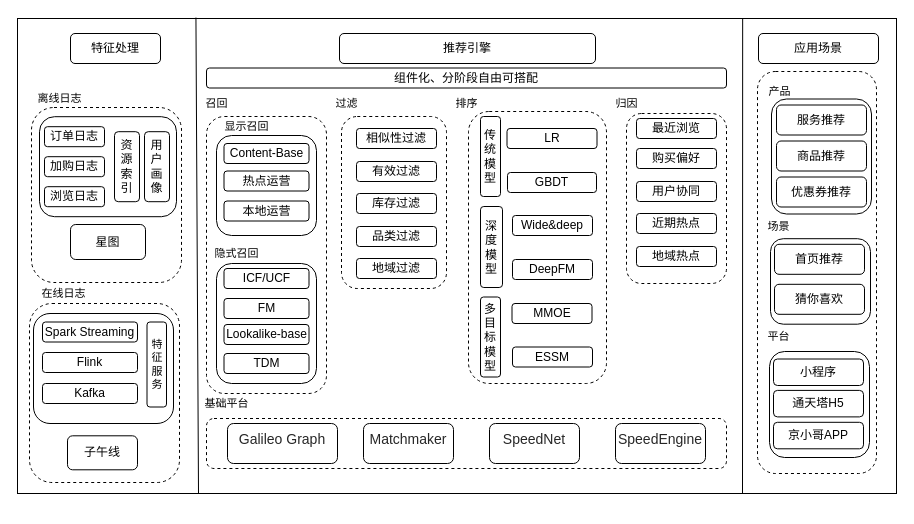
Above: Untitled Diagram.drawio in JintaiYang/Ad-papers (draw.io), before the change. Source tidied: cells renumbered, new cells numbered last; positions are measured from the earlier drawing's top-left corner, leaving out a move shared by most shapes. Both pictures are drawn from the tidied source at 100%, with x=0, y=0 at pixel (17, 18).
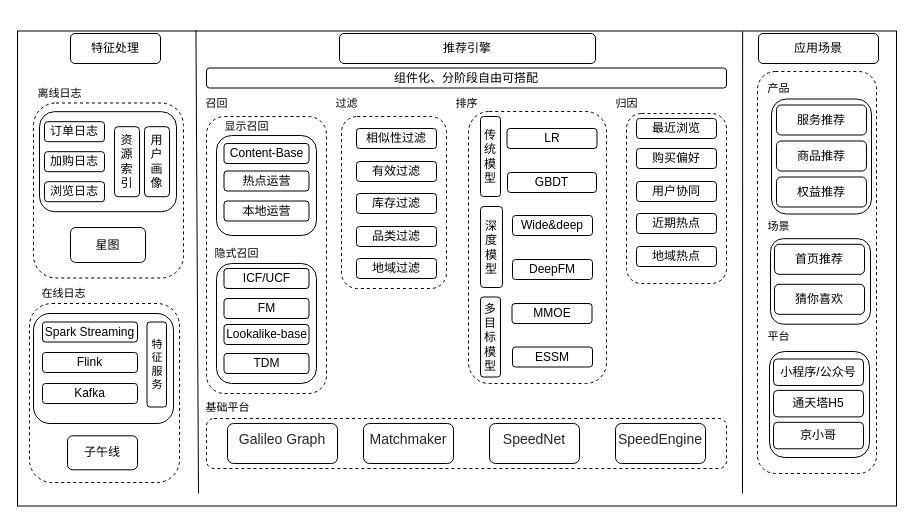
The same diagram, later.

The change refers to these unchanged cells:
```xml
<mxCell id="62" style="group;" parent="60" vertex="1">
  <mxGeometry x="7" y="6" width="90" height="102" as="geometry" />
</mxCell>
```

The edit, as a diff of the source:
```diff
@@
+    <mxCell id="5" style="endArrow=none;html=1;rounded=0;entryX=0.203;entryY=-0.002;entryDx=0;entryDy=0;entryPerimeter=0;" parent="1" edge="1" target="88">
+      <mxGeometry relative="1" as="geometry">
+        <mxPoint x="181" y="475" as="sourcePoint" />
+      </mxGeometry>
+    </mxCell>
+    <mxCell id="86" style="rounded=1;whiteSpace=wrap;html=1;labelBackgroundColor=none;fontSize=12;strokeColor=default;fillColor=none;gradientColor=none;dashed=1;" parent="1" vertex="1">
+      <mxGeometry x="16" y="84.5" width="150" height="175" as="geometry" />
+    </mxCell>
+    <mxCell id="88" style="rounded=0;whiteSpace=wrap;html=1;labelBackgroundColor=none;fontSize=12;strokeColor=default;fillColor=none;gradientColor=none;" parent="1" vertex="1">
+      <mxGeometry y="12.5" width="879" height="475" as="geometry" />
+    </mxCell>
@@
     <mxCell id="3" style="rounded=1;whiteSpace=wrap;html=1;fillColor=none;" parent="1" vertex="1">
-      <mxGeometry x="22" y="98.2" width="137" height="100" as="geometry" />
+      <mxGeometry x="22" y="93.2" width="137" height="100" as="geometry" />
     </mxCell>
@@
-    <mxCell id="5" style="endArrow=none;html=1;rounded=0;entryX=0.203;entryY=-0.002;entryDx=0;entryDy=0;entryPerimeter=0;" parent="1" edge="1" target="88">
-      <mxGeometry relative="1" as="geometry">
-        <mxPoint x="181" y="475" as="sourcePoint" />
-      </mxGeometry>
-    </mxCell>
@@
     <mxCell id="15" value="订单日志" style="rounded=1;whiteSpace=wrap;html=1;fillColor=none;" parent="1" vertex="1">
-      <mxGeometry x="27" y="108.2" width="60" height="20" as="geometry" />
+      <mxGeometry x="27" y="103.2" width="60" height="20" as="geometry" />
     </mxCell>
     <mxCell id="16" value="浏览日志" style="rounded=1;whiteSpace=wrap;html=1;fillColor=none;" parent="1" vertex="1">
-      <mxGeometry x="27" y="168.2" width="60" height="20" as="geometry" />
+      <mxGeometry x="27" y="163.2" width="60" height="20" as="geometry" />
     </mxCell>
     <mxCell id="17" value="用户画像" style="rounded=1;whiteSpace=wrap;html=1;fillColor=none;" parent="1" vertex="1">
-      <mxGeometry x="127" y="113.2" width="25" height="70" as="geometry" />
+      <mxGeometry x="127" y="108.2" width="25" height="70" as="geometry" />
     </mxCell>
     <mxCell id="18" value="资源索引" style="rounded=1;whiteSpace=wrap;html=1;fillColor=none;" parent="1" vertex="1">
-      <mxGeometry x="97" y="113.2" width="25" height="70" as="geometry" />
+      <mxGeometry x="97" y="108.2" width="25" height="70" as="geometry" />
     </mxCell>
@@
     <mxCell id="33" value="加购日志" style="rounded=1;whiteSpace=wrap;html=1;fillColor=none;" parent="1" vertex="1">
-      <mxGeometry x="27" y="138.2" width="60" height="20" as="geometry" />
+      <mxGeometry x="27" y="133.2" width="60" height="20" as="geometry" />
     </mxCell>
@@
     <mxCell id="40" value="离线日志" style="text;html=1;align=center;verticalAlign=middle;strokeColor=none;fillColor=none;fontSize=11;" parent="1" vertex="1">
-      <mxGeometry x="12" y="69.5" width="60" height="20" as="geometry" />
+      <mxGeometry x="12" y="64.5" width="60" height="20" as="geometry" />
     </mxCell>
@@
     <mxCell id="59" value="产品" style="text;html=1;align=center;verticalAlign=middle;strokeColor=none;fillColor=none;fontSize=11;" parent="1" vertex="1">
-      <mxGeometry x="742" y="63" width="40" height="20" as="geometry" />
+      <mxGeometry x="741" y="60" width="40" height="20" as="geometry" />
     </mxCell>
@@
-    <mxCell id="63" value="优惠券推荐" style="rounded=1;whiteSpace=wrap;html=1;fillColor=none;" parent="62" vertex="1">
+    <mxCell id="63" value="权益推荐" style="rounded=1;whiteSpace=wrap;html=1;fillColor=none;" parent="62" vertex="1">
       <mxGeometry y="72" width="90" height="30" as="geometry" />
     </mxCell>
@@
-    <mxCell id="67" value="小程序" style="rounded=1;whiteSpace=wrap;html=1;fillColor=none;" parent="1" vertex="1">
+    <mxCell id="67" value="小程序/公众号" style="rounded=1;whiteSpace=wrap;html=1;fillColor=none;" parent="1" vertex="1">
       <mxGeometry x="756" y="340.5" width="90" height="26.5" as="geometry" />
     </mxCell>
@@
-    <mxCell id="70" value="京小哥APP" style="rounded=1;whiteSpace=wrap;html=1;fillColor=none;" parent="1" vertex="1">
+    <mxCell id="70" value="京小哥&lt;br&gt;" style="rounded=1;whiteSpace=wrap;html=1;fillColor=none;" parent="1" vertex="1">
       <mxGeometry x="756" y="403.8" width="90" height="26.5" as="geometry" />
     </mxCell>
@@
     <mxCell id="75" value="基础平台" style="text;html=1;align=center;verticalAlign=middle;strokeColor=none;fillColor=none;fontSize=11;" parent="1" vertex="1">
-      <mxGeometry x="179" y="375" width="60" height="20" as="geometry" />
+      <mxGeometry x="180" y="379" width="60" height="20" as="geometry" />
     </mxCell>
@@
     <mxCell id="80" value="星图" style="rounded=1;whiteSpace=wrap;html=1;labelBackgroundColor=none;fontSize=12;strokeColor=default;fillColor=none;gradientColor=none;" parent="1" vertex="1">
-      <mxGeometry x="53" y="206" width="75" height="35" as="geometry" />
+      <mxGeometry x="53" y="209" width="75" height="35" as="geometry" />
     </mxCell>
@@
-    <mxCell id="86" style="rounded=1;whiteSpace=wrap;html=1;labelBackgroundColor=none;fontSize=12;strokeColor=default;fillColor=none;gradientColor=none;dashed=1;" parent="1" vertex="1">
-      <mxGeometry x="14" y="89" width="150" height="175" as="geometry" />
-    </mxCell>
@@
-    <mxCell id="88" style="rounded=0;whiteSpace=wrap;html=1;labelBackgroundColor=none;fontSize=12;strokeColor=default;fillColor=none;gradientColor=none;" parent="1" vertex="1">
-      <mxGeometry width="879" height="475" as="geometry" />
-    </mxCell>
```
